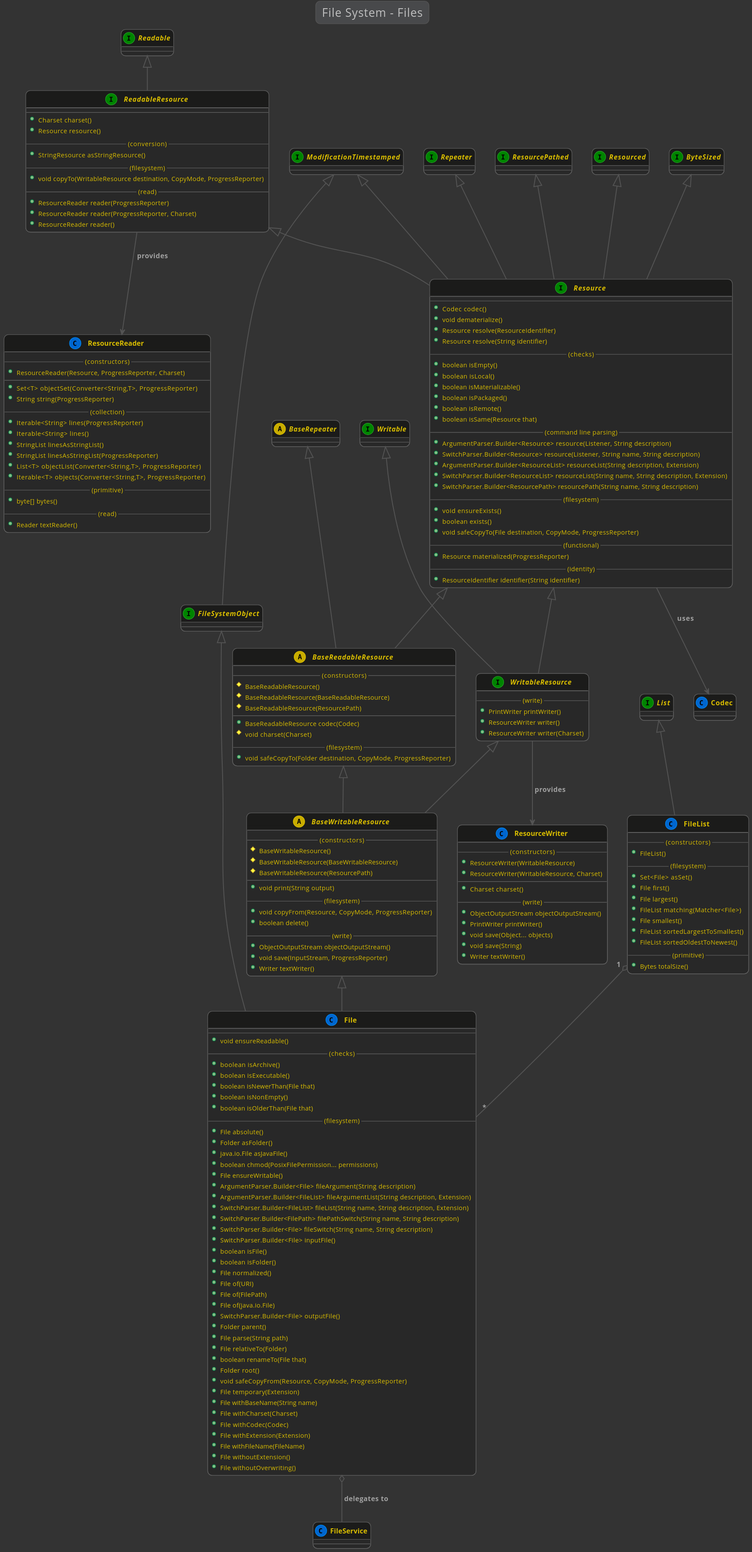
The PlantUML diagram kivakit-core/resource/documentation/diagrams/diagram-file-system-file.svg in Telenav/kivakit, before a commit.
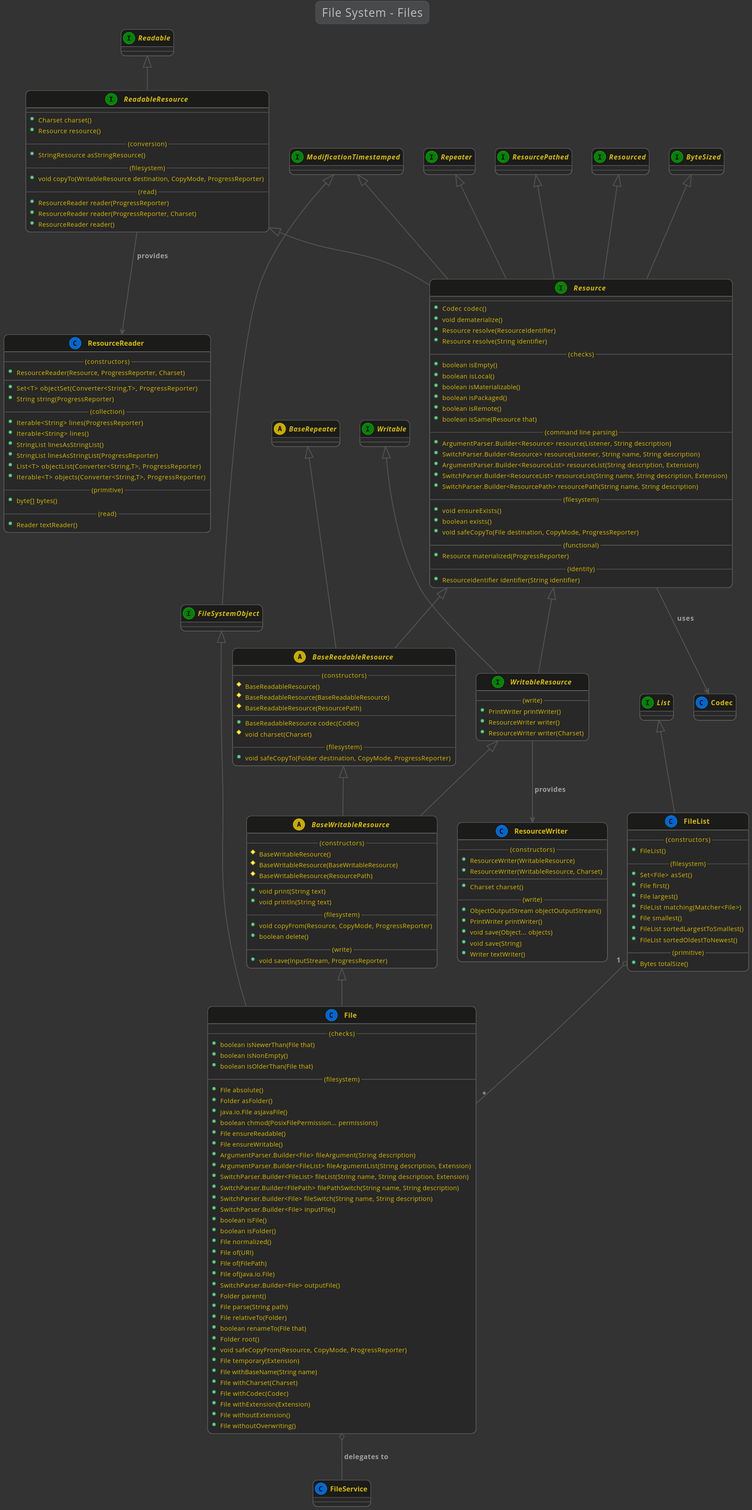
After the change.

What changed in the source:
```diff
@@ -37,14 +37,13 @@
         #BaseWritableResource(BaseWritableResource)
         #BaseWritableResource(ResourcePath)
         --
-        +void print(String output)
+        +void print(String text)
+        +void println(String text)
         --(filesystem)--
         +void copyFrom(Resource, CopyMode, ProgressReporter)
         +boolean delete()
         --(write)--
-        +ObjectOutputStream objectOutputStream()
         +void save(InputStream, ProgressReporter)
-        +Writer textWriter()
     }
 
     BaseWritableResource <|-- File
@@ -52,11 +51,7 @@
     File o-- FileService : "delegates to"
     class File
     {
-        --
-        +void ensureReadable()
         --(checks)--
-        +boolean isArchive()
-        +boolean isExecutable()
         +boolean isNewerThan(File that)
         +boolean isNonEmpty()
         +boolean isOlderThan(File that)
@@ -65,6 +60,7 @@
         +Folder asFolder()
         +java.io.File asJavaFile()
         +boolean chmod(PosixFilePermission... permissions)
+        +File ensureReadable()
         +File ensureWritable()
         +ArgumentParser.Builder<File> fileArgument(String description)
         +ArgumentParser.Builder<FileList> fileArgumentList(String description, Extension)
@@ -90,7 +86,6 @@
         +File withCharset(Charset)
         +File withCodec(Codec)
         +File withExtension(Extension)
-        +File withFileName(FileName)
         +File withoutExtension()
         +File withoutOverwriting()
     }
```
